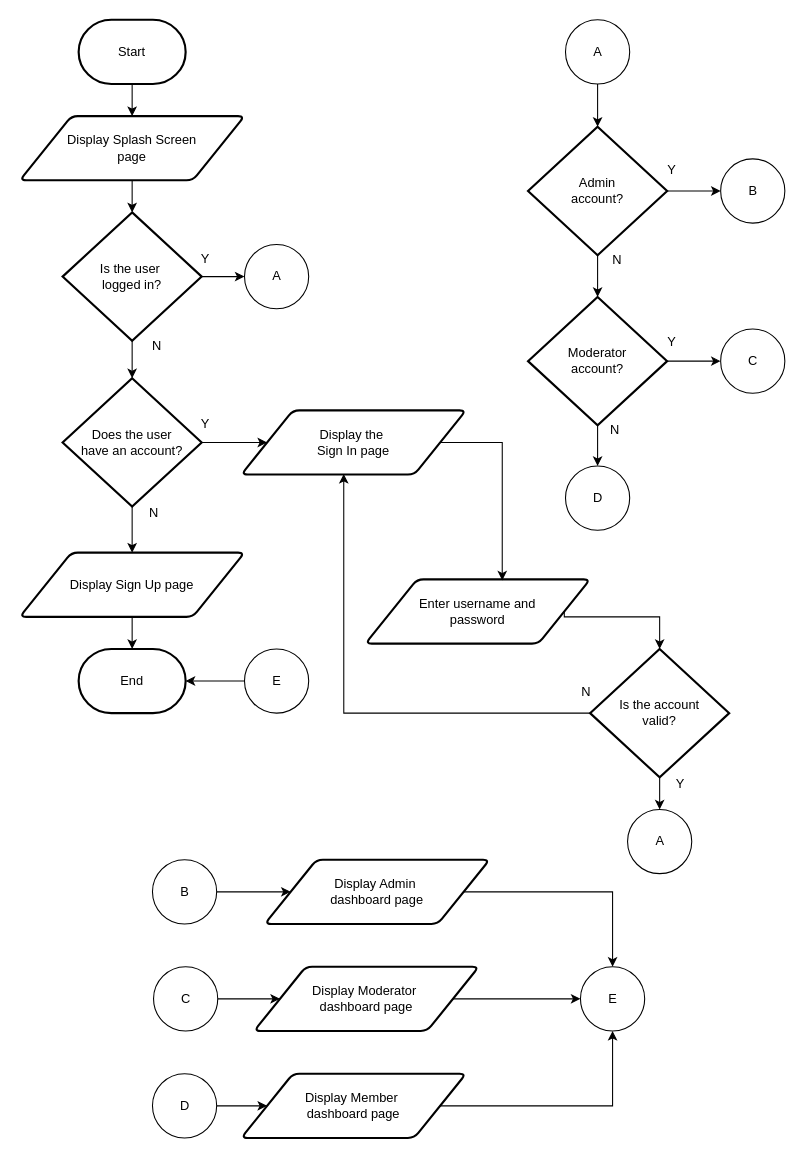
This is page "Page - Open App" (1 of 19) of KP2.drawio from dapzz-id/DrawIO, a draw.io file, before an edit. Source tidied: cells renumbered, new cells numbered last; positions are measured from the earlier drawing's top-left corner, leaving out a move shared by most shapes. Both pictures are drawn from the tidied source at 107%, with x=0, y=0 at pixel (19, 19).
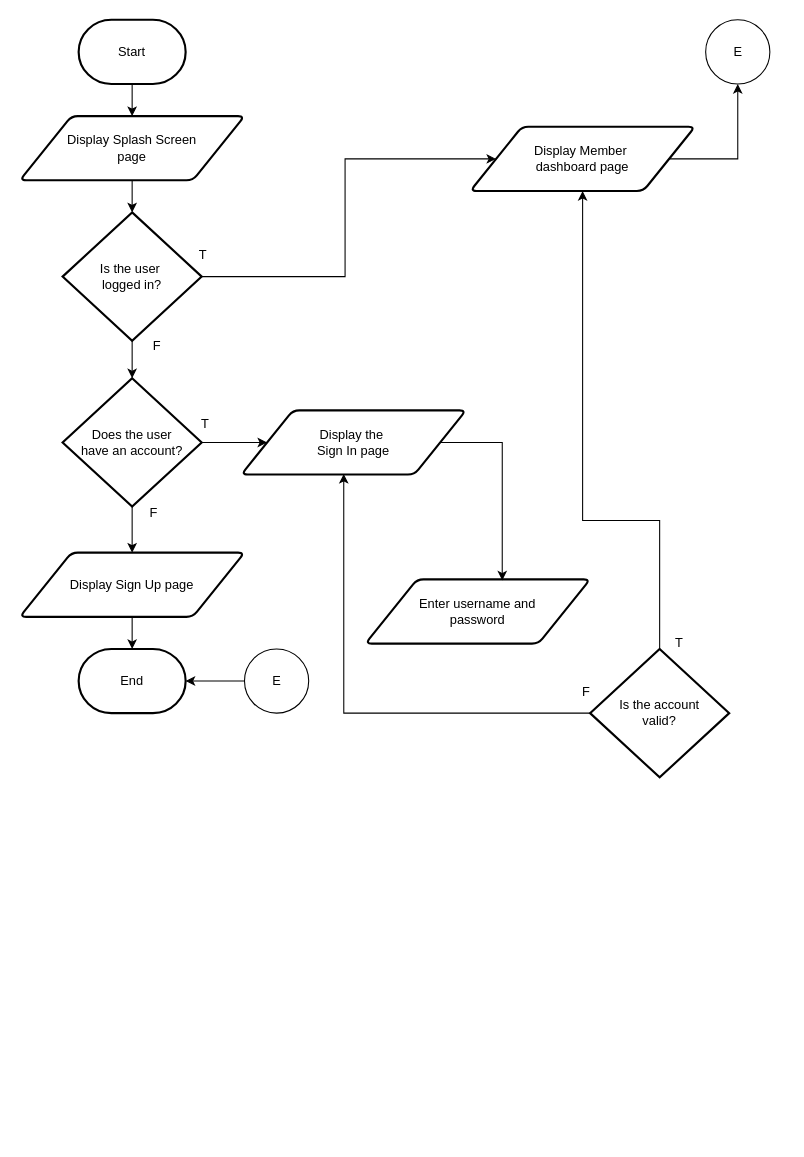
Above is the later version.

The change refers to these unchanged cells:
```xml
<mxCell id="8" value="Is the user&amp;nbsp;&lt;div&gt;logged in?&lt;/div&gt;" style="strokeWidth=2;html=1;shape=mxgraph.flowchart.decision;whiteSpace=wrap;" parent="1" vertex="1">
  <mxGeometry x="40" y="180" width="130" height="120" as="geometry" />
</mxCell>
<mxCell id="19" value="Is the account&lt;div&gt;valid?&lt;/div&gt;" style="strokeWidth=2;html=1;shape=mxgraph.flowchart.decision;whiteSpace=wrap;" parent="1" vertex="1">
  <mxGeometry x="533" y="588" width="130" height="120" as="geometry" />
</mxCell>
<mxCell id="57" value="Enter username and&lt;div&gt;password&lt;/div&gt;" style="shape=parallelogram;html=1;strokeWidth=2;perimeter=parallelogramPerimeter;whiteSpace=wrap;rounded=1;arcSize=12;size=0.23;" parent="1" vertex="1">
  <mxGeometry x="323" y="523" width="210" height="60" as="geometry" />
</mxCell>
```

What changed in the source:
```diff
@@
-    <mxCell id="6" style="edgeStyle=orthogonalEdgeStyle;rounded=0;jettySize=auto;html=1;" parent="1" edge="1" source="8" target="26">
-      <mxGeometry relative="1" as="geometry" />
-    </mxCell>
@@
+    <mxCell id="60" style="edgeStyle=orthogonalEdgeStyle;rounded=0;jettySize=auto;html=1;exitX=1;exitY=0.5;exitDx=0;exitDy=0;exitPerimeter=0;entryX=0;entryY=0.5;entryDx=0;entryDy=0;" parent="1" edge="1" source="8" target="51">
+      <mxGeometry relative="1" as="geometry">
+        <Array as="points">
+          <mxPoint x="304" y="240" />
+          <mxPoint x="304" y="130" />
+        </Array>
+      </mxGeometry>
+    </mxCell>
@@
-    <mxCell id="10" value="N" style="text;html=1;align=center;verticalAlign=middle;strokeColor=none;fillColor=none;" parent="1" vertex="1">
+    <mxCell id="10" value="F" style="text;html=1;align=center;verticalAlign=middle;strokeColor=none;fillColor=none;" parent="1" vertex="1">
       <mxGeometry x="113" y="290" width="30" height="30" as="geometry" />
     </mxCell>
@@
-    <mxCell id="16" value="N" style="text;html=1;align=center;verticalAlign=middle;strokeColor=none;fillColor=none;" parent="1" vertex="1">
+    <mxCell id="16" value="F" style="text;html=1;align=center;verticalAlign=middle;strokeColor=none;fillColor=none;" parent="1" vertex="1">
       <mxGeometry x="110" y="446" width="30" height="30" as="geometry" />
     </mxCell>
@@
-    <mxCell id="18" style="edgeStyle=orthogonalEdgeStyle;rounded=0;jettySize=auto;html=1;" parent="1" edge="1" source="19" target="22">
-      <mxGeometry relative="1" as="geometry" />
-    </mxCell>
+    <mxCell id="61" style="edgeStyle=orthogonalEdgeStyle;rounded=0;jettySize=auto;html=1;exitX=0.5;exitY=0;exitDx=0;exitDy=0;exitPerimeter=0;entryX=0.5;entryY=1;entryDx=0;entryDy=0;" parent="1" edge="1" source="19" target="51">
+      <mxGeometry relative="1" as="geometry">
+        <Array as="points">
+          <mxPoint x="598" y="468" />
+          <mxPoint x="526" y="468" />
+        </Array>
+      </mxGeometry>
+    </mxCell>
@@
-    <mxCell id="20" value="Y" style="text;html=1;align=center;verticalAlign=middle;strokeColor=none;fillColor=none;" parent="1" vertex="1">
+    <mxCell id="20" value="T" style="text;html=1;align=center;verticalAlign=middle;strokeColor=none;fillColor=none;" parent="1" vertex="1">
       <mxGeometry x="158" y="363" width="30" height="30" as="geometry" />
     </mxCell>
-    <mxCell id="21" value="N" style="text;html=1;align=center;verticalAlign=middle;strokeColor=none;fillColor=none;" parent="1" vertex="1">
+    <mxCell id="21" value="F" style="text;html=1;align=center;verticalAlign=middle;strokeColor=none;fillColor=none;" parent="1" vertex="1">
       <mxGeometry x="514" y="613" width="30" height="30" as="geometry" />
     </mxCell>
-    <mxCell id="22" value="A" style="verticalLabelPosition=middle;verticalAlign=middle;html=1;shape=mxgraph.flowchart.on-page_reference;labelPosition=center;align=center;" parent="1" vertex="1">
-      <mxGeometry x="568" y="738" width="60" height="60" as="geometry" />
-    </mxCell>
-    <mxCell id="23" value="Y" style="text;html=1;align=center;verticalAlign=middle;strokeColor=none;fillColor=none;" parent="1" vertex="1">
-      <mxGeometry x="602" y="699" width="30" height="30" as="geometry" />
+    <mxCell id="23" value="T" style="text;html=1;align=center;verticalAlign=middle;strokeColor=none;fillColor=none;" parent="1" vertex="1">
+      <mxGeometry x="601" y="568" width="30" height="30" as="geometry" />
     </mxCell>
-    <mxCell id="24" style="edgeStyle=orthogonalEdgeStyle;rounded=0;jettySize=auto;html=1;" parent="1" edge="1" source="25" target="30">
-      <mxGeometry relative="1" as="geometry" />
-    </mxCell>
-    <mxCell id="25" value="A" style="verticalLabelPosition=middle;verticalAlign=middle;html=1;shape=mxgraph.flowchart.on-page_reference;labelPosition=center;align=center;" parent="1" vertex="1">
-      <mxGeometry x="510" width="60" height="60" as="geometry" />
-    </mxCell>
-    <mxCell id="26" value="A" style="verticalLabelPosition=middle;verticalAlign=middle;html=1;shape=mxgraph.flowchart.on-page_reference;labelPosition=center;align=center;" parent="1" vertex="1">
-      <mxGeometry x="210" y="210" width="60" height="60" as="geometry" />
-    </mxCell>
-    <mxCell id="27" value="Y" style="text;html=1;align=center;verticalAlign=middle;strokeColor=none;fillColor=none;" parent="1" vertex="1">
-      <mxGeometry x="158" y="209" width="30" height="30" as="geometry" />
+    <mxCell id="27" value="T" style="text;html=1;align=center;verticalAlign=middle;strokeColor=none;fillColor=none;" parent="1" vertex="1">
+      <mxGeometry x="156" y="205" width="30" height="30" as="geometry" />
     </mxCell>
-    <mxCell id="28" style="edgeStyle=orthogonalEdgeStyle;rounded=0;jettySize=auto;html=1;" parent="1" edge="1" source="30" target="33">
-      <mxGeometry relative="1" as="geometry" />
-    </mxCell>
-    <mxCell id="29" style="edgeStyle=orthogonalEdgeStyle;rounded=0;jettySize=auto;html=1;" parent="1" edge="1" source="30" target="39">
-      <mxGeometry relative="1" as="geometry" />
-    </mxCell>
-    <mxCell id="30" value="Admin&lt;div&gt;account?&lt;/div&gt;" style="strokeWidth=2;html=1;shape=mxgraph.flowchart.decision;whiteSpace=wrap;" parent="1" vertex="1">
-      <mxGeometry x="475" y="100" width="130" height="120" as="geometry" />
-    </mxCell>
-    <mxCell id="31" style="edgeStyle=orthogonalEdgeStyle;rounded=0;jettySize=auto;html=1;" parent="1" edge="1" source="33" target="36">
-      <mxGeometry relative="1" as="geometry" />
-    </mxCell>
-    <mxCell id="32" style="edgeStyle=orthogonalEdgeStyle;rounded=0;jettySize=auto;html=1;" parent="1" edge="1" source="33" target="41">
-      <mxGeometry relative="1" as="geometry" />
-    </mxCell>
-    <mxCell id="33" value="Moderator&lt;div&gt;account?&lt;/div&gt;" style="strokeWidth=2;html=1;shape=mxgraph.flowchart.decision;whiteSpace=wrap;" parent="1" vertex="1">
-      <mxGeometry x="475" y="259" width="130" height="120" as="geometry" />
-    </mxCell>
@@
-    <mxCell id="36" value="D" style="verticalLabelPosition=middle;verticalAlign=middle;html=1;shape=mxgraph.flowchart.on-page_reference;labelPosition=center;align=center;" parent="1" vertex="1">
-      <mxGeometry x="510" y="417" width="60" height="60" as="geometry" />
-    </mxCell>
-    <mxCell id="37" value="N" style="text;html=1;align=center;verticalAlign=middle;strokeColor=none;fillColor=none;" parent="1" vertex="1">
-      <mxGeometry x="541" y="369" width="30" height="30" as="geometry" />
-    </mxCell>
-    <mxCell id="38" value="N" style="text;html=1;align=center;verticalAlign=middle;strokeColor=none;fillColor=none;" parent="1" vertex="1">
-      <mxGeometry x="543" y="210" width="30" height="30" as="geometry" />
-    </mxCell>
-    <mxCell id="39" value="B" style="verticalLabelPosition=middle;verticalAlign=middle;html=1;shape=mxgraph.flowchart.on-page_reference;labelPosition=center;align=center;" parent="1" vertex="1">
-      <mxGeometry x="655" y="130" width="60" height="60" as="geometry" />
-    </mxCell>
-    <mxCell id="40" value="Y" style="text;html=1;align=center;verticalAlign=middle;strokeColor=none;fillColor=none;" parent="1" vertex="1">
-      <mxGeometry x="594" y="126" width="30" height="30" as="geometry" />
-    </mxCell>
-    <mxCell id="41" value="C" style="verticalLabelPosition=middle;verticalAlign=middle;html=1;shape=mxgraph.flowchart.on-page_reference;labelPosition=center;align=center;" parent="1" vertex="1">
-      <mxGeometry x="655" y="289" width="60" height="60" as="geometry" />
-    </mxCell>
-    <mxCell id="42" value="Y" style="text;html=1;align=center;verticalAlign=middle;strokeColor=none;fillColor=none;" parent="1" vertex="1">
-      <mxGeometry x="594" y="286" width="30" height="30" as="geometry" />
-    </mxCell>
-    <mxCell id="43" style="edgeStyle=orthogonalEdgeStyle;rounded=0;jettySize=auto;html=1;" parent="1" edge="1" source="44" target="45">
-      <mxGeometry relative="1" as="geometry" />
+    <mxCell id="43" style="edgeStyle=orthogonalEdgeStyle;rounded=0;orthogonalLoop=1;jettySize=auto;html=1;" parent="1" edge="1">
+      <mxGeometry relative="1" as="geometry">
+        <mxPoint x="184" y="815" as="sourcePoint" />
+      </mxGeometry>
     </mxCell>
-    <mxCell id="44" value="B" style="verticalLabelPosition=middle;verticalAlign=middle;html=1;shape=mxgraph.flowchart.on-page_reference;labelPosition=center;align=center;" parent="1" vertex="1">
-      <mxGeometry x="124" y="785" width="60" height="60" as="geometry" />
-    </mxCell>
-    <mxCell id="45" value="Display Admin&amp;nbsp;&lt;div&gt;dashboard page&lt;/div&gt;" style="shape=parallelogram;html=1;strokeWidth=2;perimeter=parallelogramPerimeter;whiteSpace=wrap;rounded=1;arcSize=12;size=0.23;" parent="1" vertex="1">
-      <mxGeometry x="229" y="785" width="210" height="60" as="geometry" />
-    </mxCell>
-    <mxCell id="46" style="edgeStyle=orthogonalEdgeStyle;rounded=0;jettySize=auto;html=1;" parent="1" edge="1" source="47" target="48">
-      <mxGeometry relative="1" as="geometry" />
+    <mxCell id="46" style="edgeStyle=orthogonalEdgeStyle;rounded=0;orthogonalLoop=1;jettySize=auto;html=1;" parent="1" edge="1">
+      <mxGeometry relative="1" as="geometry">
+        <mxPoint x="243.2" y="915" as="targetPoint" />
+      </mxGeometry>
     </mxCell>
-    <mxCell id="47" value="C" style="verticalLabelPosition=middle;verticalAlign=middle;html=1;shape=mxgraph.flowchart.on-page_reference;labelPosition=center;align=center;" parent="1" vertex="1">
-      <mxGeometry x="125" y="885" width="60" height="60" as="geometry" />
-    </mxCell>
-    <mxCell id="48" value="Display Moderator&amp;nbsp;&lt;div&gt;dashboard page&lt;/div&gt;" style="shape=parallelogram;html=1;strokeWidth=2;perimeter=parallelogramPerimeter;whiteSpace=wrap;rounded=1;arcSize=12;size=0.23;" parent="1" vertex="1">
-      <mxGeometry x="219" y="885" width="210" height="60" as="geometry" />
-    </mxCell>
-    <mxCell id="49" style="edgeStyle=orthogonalEdgeStyle;rounded=0;jettySize=auto;html=1;" parent="1" edge="1" source="50" target="51">
-      <mxGeometry relative="1" as="geometry" />
-    </mxCell>
-    <mxCell id="50" value="D" style="verticalLabelPosition=middle;verticalAlign=middle;html=1;shape=mxgraph.flowchart.on-page_reference;labelPosition=center;align=center;" parent="1" vertex="1">
-      <mxGeometry x="124" y="985" width="60" height="60" as="geometry" />
-    </mxCell>
     <mxCell id="51" value="Display Member&amp;nbsp;&lt;div&gt;dashboard page&lt;/div&gt;" style="shape=parallelogram;html=1;strokeWidth=2;perimeter=parallelogramPerimeter;whiteSpace=wrap;rounded=1;arcSize=12;size=0.23;" parent="1" vertex="1">
-      <mxGeometry x="207" y="985" width="210" height="60" as="geometry" />
+      <mxGeometry x="421" y="100" width="210" height="60" as="geometry" />
     </mxCell>
     <mxCell id="52" value="E" style="verticalLabelPosition=middle;verticalAlign=middle;html=1;shape=mxgraph.flowchart.on-page_reference;labelPosition=center;align=center;" parent="1" vertex="1">
-      <mxGeometry x="524" y="885" width="60" height="60" as="geometry" />
+      <mxGeometry x="641" width="60" height="60" as="geometry" />
     </mxCell>
-    <mxCell id="53" style="edgeStyle=orthogonalEdgeStyle;rounded=0;jettySize=auto;html=1;exitX=1;exitY=0.5;exitDx=0;exitDy=0;entryX=0;entryY=0.5;entryDx=0;entryDy=0;entryPerimeter=0;" parent="1" edge="1" source="48" target="52">
-      <mxGeometry relative="1" as="geometry" />
-    </mxCell>
@@
-    <mxCell id="55" style="edgeStyle=orthogonalEdgeStyle;rounded=0;jettySize=auto;html=1;exitX=1;exitY=0.5;exitDx=0;exitDy=0;entryX=0.5;entryY=0;entryDx=0;entryDy=0;entryPerimeter=0;" parent="1" edge="1" source="45" target="52">
-      <mxGeometry relative="1" as="geometry" />
-    </mxCell>
@@
-    <mxCell id="59" style="edgeStyle=orthogonalEdgeStyle;rounded=0;jettySize=auto;html=1;exitX=1;exitY=0.5;exitDx=0;exitDy=0;entryX=0.5;entryY=0;entryDx=0;entryDy=0;entryPerimeter=0;" parent="1" edge="1" source="57" target="19">
-      <mxGeometry relative="1" as="geometry">
-        <Array as="points">
-          <mxPoint x="509" y="558" />
-          <mxPoint x="598" y="558" />
-        </Array>
-      </mxGeometry>
-    </mxCell>
```
